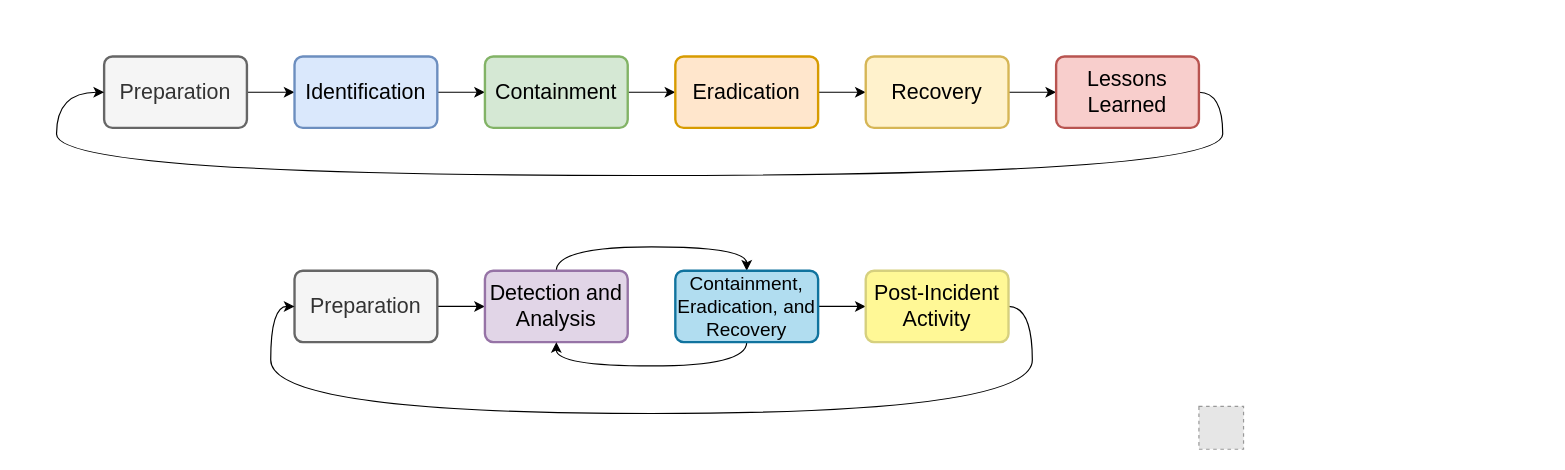
This is incident-response.drawio from qeeqbox/incident-response, a draw.io file, before an edit. Source tidied: cells renumbered, new cells numbered last; positions are measured from the earlier drawing's top-left corner, leaving out a move shared by most shapes. Both pictures are drawn from the tidied source at 119%, with x=0, y=0 at pixel (20, 20). Pictures stored in the file or linked from it are replaced by grey dashed boxes.
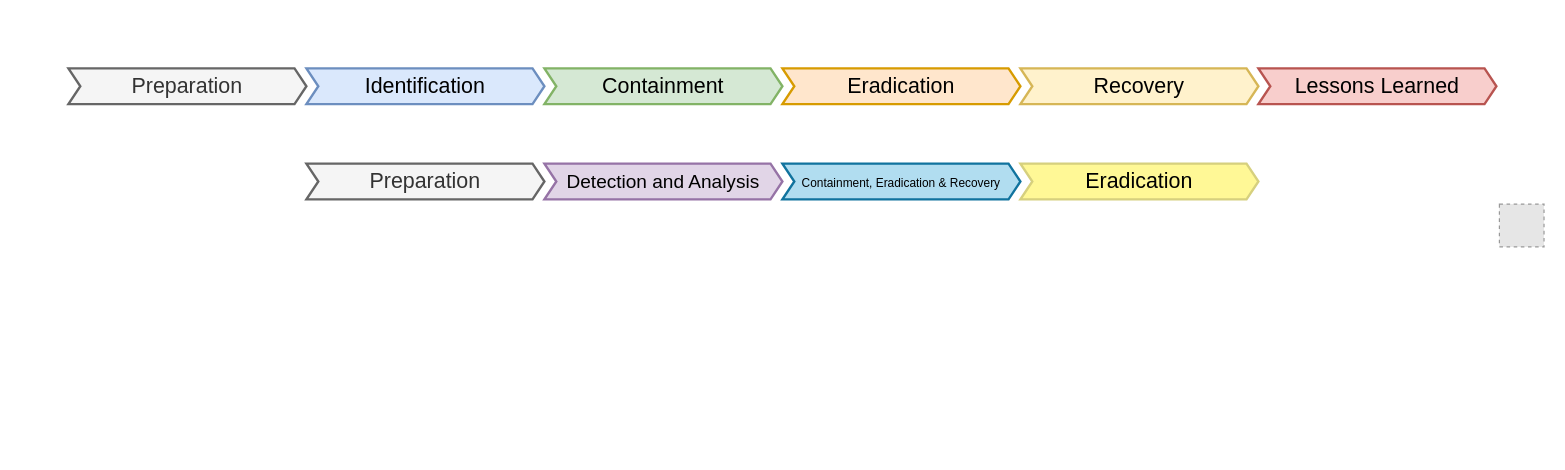
After the change.

The edit, as a diff of the source:
```diff
@@
     <mxCell id="2" style="rounded=0;whiteSpace=wrap;html=1;fontSize=16;fillColor=#FFFFFF;strokeColor=none;" parent="1" vertex="1">
-      <mxGeometry width="1030" height="360" as="geometry" />
+      <mxGeometry width="1280" height="190" as="geometry" />
     </mxCell>
-    <mxCell id="3" style="edgeStyle=orthogonalEdgeStyle;rounded=0;jettySize=auto;html=1;exitX=1;exitY=0.5;exitDx=0;exitDy=0;fontSize=18;entryX=0;entryY=0.5;entryDx=0;entryDy=0;" parent="1" edge="1" source="4" target="6">
-      <mxGeometry relative="1" as="geometry" />
-    </mxCell>
-    <mxCell id="4" value="Preparation" style="rounded=1;whiteSpace=wrap;html=1;absoluteArcSize=1;arcSize=14;strokeWidth=2;fillColor=#f5f5f5;strokeColor=#666666;fontColor=#333333;fontSize=18;" parent="1" vertex="1">
-      <mxGeometry x="70" y="30" width="120" height="60" as="geometry" />
-    </mxCell>
-    <mxCell id="5" style="edgeStyle=orthogonalEdgeStyle;rounded=0;jettySize=auto;html=1;exitX=1;exitY=0.5;exitDx=0;exitDy=0;entryX=0;entryY=0.5;entryDx=0;entryDy=0;fontSize=18;" parent="1" edge="1" source="6" target="8">
-      <mxGeometry relative="1" as="geometry" />
-    </mxCell>
+    <mxCell id="20" style="edgeStyle=orthogonalEdgeStyle;orthogonalLoop=1;jettySize=auto;html=1;exitX=0.5;exitY=1;exitDx=0;exitDy=0;entryX=0.5;entryY=1;entryDx=0;entryDy=0;fontSize=16;curved=1;" parent="1" edge="1">
+      <mxGeometry relative="1" as="geometry">
+        <mxPoint x="450" y="270" as="targetPoint" />
+      </mxGeometry>
+    </mxCell>
+    <mxCell id="22" style="edgeStyle=orthogonalEdgeStyle;orthogonalLoop=1;jettySize=auto;html=1;exitX=1;exitY=0.5;exitDx=0;exitDy=0;entryX=0;entryY=0.5;entryDx=0;entryDy=0;fontSize=16;curved=1;" parent="1" edge="1">
+      <mxGeometry relative="1" as="geometry">
+        <mxPoint x="230" y="240" as="targetPoint" />
+        <Array as="points">
+          <mxPoint x="850" y="240" />
+          <mxPoint x="850" y="330" />
+          <mxPoint x="210" y="330" />
+          <mxPoint x="210" y="240" />
+        </Array>
+      </mxGeometry>
+    </mxCell>
+    <mxCell id="24" style="fillColor=#E6E6E6;strokeColor=#999999;dashed=1;verticalLabelPosition=bottom;labelBackgroundColor=default;verticalAlign=top;" parent="1" vertex="1">
+      <mxGeometry x="1242.5" y="154" width="37.5" height="36" as="geometry" />
+    </mxCell>
+    <mxCell id="25" value="&lt;span style=&quot;color: rgb(51, 51, 51); font-size: 18px;&quot;&gt;Preparation&lt;/span&gt;" style="shape=step;perimeter=stepPerimeter;whiteSpace=wrap;html=1;fixedSize=1;size=10;fillColor=#f5f5f5;strokeColor=#666666;fontSize=18;fontColor=#333333;fontStyle=0;align=center;rounded=0;arcSize=14;strokeWidth=2;" parent="1" vertex="1">
+      <mxGeometry x="40" y="40" width="200" height="30" as="geometry" />
+    </mxCell>
-    <mxCell id="6" value="Identification" style="rounded=1;whiteSpace=wrap;html=1;absoluteArcSize=1;arcSize=14;strokeWidth=2;fillColor=#dae8fc;strokeColor=#6c8ebf;fontSize=18;" parent="1" vertex="1">
-      <mxGeometry x="230" y="30" width="120" height="60" as="geometry" />
+    <mxCell id="6" value="&lt;span style=&quot;color: rgb(0, 0, 0); font-size: 18px;&quot;&gt;Identification&lt;/span&gt;" style="shape=step;perimeter=stepPerimeter;whiteSpace=wrap;html=1;fixedSize=1;size=10;fillColor=#dae8fc;strokeColor=#6c8ebf;fontSize=18;fontColor=default;fontStyle=0;align=center;rounded=0;arcSize=14;strokeWidth=2;" parent="1" vertex="1">
+      <mxGeometry x="240" y="40" width="200" height="30" as="geometry" />
     </mxCell>
-    <mxCell id="7" style="edgeStyle=orthogonalEdgeStyle;rounded=0;jettySize=auto;html=1;exitX=1;exitY=0.5;exitDx=0;exitDy=0;entryX=0;entryY=0.5;entryDx=0;entryDy=0;fontSize=18;" parent="1" edge="1" source="8" target="10">
-      <mxGeometry relative="1" as="geometry" />
-    </mxCell>
-    <mxCell id="8" value="Containment" style="rounded=1;whiteSpace=wrap;html=1;absoluteArcSize=1;arcSize=14;strokeWidth=2;fillColor=#d5e8d4;strokeColor=#82b366;fontSize=18;" parent="1" vertex="1">
-      <mxGeometry x="390" y="30" width="120" height="60" as="geometry" />
+    <mxCell id="8" value="&lt;span style=&quot;color: rgb(0, 0, 0); font-size: 18px;&quot;&gt;Containment&lt;/span&gt;" style="shape=step;perimeter=stepPerimeter;whiteSpace=wrap;html=1;fixedSize=1;size=10;fillColor=#d5e8d4;strokeColor=#82b366;fontSize=18;fontColor=default;fontStyle=0;align=center;rounded=0;arcSize=14;strokeWidth=2;" parent="1" vertex="1">
+      <mxGeometry x="440" y="40" width="200" height="30" as="geometry" />
     </mxCell>
-    <mxCell id="9" style="edgeStyle=orthogonalEdgeStyle;rounded=0;jettySize=auto;html=1;exitX=1;exitY=0.5;exitDx=0;exitDy=0;entryX=0;entryY=0.5;entryDx=0;entryDy=0;fontSize=18;" parent="1" edge="1" source="10" target="12">
-      <mxGeometry relative="1" as="geometry" />
-    </mxCell>
-    <mxCell id="10" value="Eradication" style="rounded=1;whiteSpace=wrap;html=1;absoluteArcSize=1;arcSize=14;strokeWidth=2;fillColor=#ffe6cc;strokeColor=#d79b00;fontSize=18;" parent="1" vertex="1">
-      <mxGeometry x="550" y="30" width="120" height="60" as="geometry" />
-    </mxCell>
-    <mxCell id="11" style="edgeStyle=orthogonalEdgeStyle;rounded=0;jettySize=auto;html=1;exitX=1;exitY=0.5;exitDx=0;exitDy=0;entryX=0;entryY=0.5;entryDx=0;entryDy=0;fontSize=18;" parent="1" edge="1" source="12" target="14">
-      <mxGeometry relative="1" as="geometry" />
-    </mxCell>
+    <mxCell id="26" value="&lt;span style=&quot;color: rgb(0, 0, 0); font-size: 18px;&quot;&gt;Eradication&lt;/span&gt;" style="shape=step;perimeter=stepPerimeter;whiteSpace=wrap;html=1;fixedSize=1;size=10;fillColor=#ffe6cc;strokeColor=#d79b00;fontSize=18;fontColor=default;fontStyle=0;align=center;rounded=0;arcSize=14;strokeWidth=2;" parent="1" vertex="1">
+      <mxGeometry x="640" y="40" width="200" height="30" as="geometry" />
+    </mxCell>
-    <mxCell id="12" value="Recovery" style="rounded=1;whiteSpace=wrap;html=1;absoluteArcSize=1;arcSize=14;strokeWidth=2;fillColor=#fff2cc;strokeColor=#d6b656;fontSize=18;" parent="1" vertex="1">
-      <mxGeometry x="710" y="30" width="120" height="60" as="geometry" />
+    <mxCell id="12" value="&lt;span style=&quot;color: rgb(0, 0, 0); font-size: 18px;&quot;&gt;Recovery&lt;/span&gt;" style="shape=step;perimeter=stepPerimeter;whiteSpace=wrap;html=1;fixedSize=1;size=10;fillColor=#fff2cc;strokeColor=#d6b656;fontSize=18;fontColor=default;fontStyle=0;align=center;rounded=0;arcSize=14;strokeWidth=2;" parent="1" vertex="1">
+      <mxGeometry x="840" y="40" width="200" height="30" as="geometry" />
     </mxCell>
-    <mxCell id="13" style="edgeStyle=orthogonalEdgeStyle;jettySize=auto;html=1;exitX=1;exitY=0.5;exitDx=0;exitDy=0;fontSize=18;entryX=0;entryY=0.5;entryDx=0;entryDy=0;curved=1;" parent="1" edge="1" source="14" target="4">
-      <mxGeometry relative="1" as="geometry">
-        <Array as="points">
-          <mxPoint x="1010" y="60" />
-          <mxPoint x="1010" y="130" />
-          <mxPoint x="30" y="130" />
-          <mxPoint x="30" y="60" />
-        </Array>
-      </mxGeometry>
-    </mxCell>
-    <mxCell id="14" value="Lessons Learned" style="rounded=1;whiteSpace=wrap;html=1;absoluteArcSize=1;arcSize=14;strokeWidth=2;fillColor=#f8cecc;strokeColor=#b85450;fontSize=18;" parent="1" vertex="1">
-      <mxGeometry x="870" y="30" width="120" height="60" as="geometry" />
+    <mxCell id="14" value="&lt;span style=&quot;color: rgb(0, 0, 0); font-size: 18px;&quot;&gt;Lessons Learned&lt;/span&gt;" style="shape=step;perimeter=stepPerimeter;whiteSpace=wrap;html=1;fixedSize=1;size=10;fillColor=#f8cecc;strokeColor=#b85450;fontSize=18;fontColor=default;fontStyle=0;align=center;rounded=0;arcSize=14;strokeWidth=2;" parent="1" vertex="1">
+      <mxGeometry x="1040" y="40" width="200" height="30" as="geometry" />
     </mxCell>
-    <mxCell id="15" style="edgeStyle=orthogonalEdgeStyle;rounded=0;jettySize=auto;html=1;exitX=1;exitY=0.5;exitDx=0;exitDy=0;entryX=0;entryY=0.5;entryDx=0;entryDy=0;fontSize=16;" parent="1" edge="1" source="16" target="18">
-      <mxGeometry relative="1" as="geometry" />
-    </mxCell>
-    <mxCell id="16" value="Preparation" style="rounded=1;whiteSpace=wrap;html=1;absoluteArcSize=1;arcSize=14;strokeWidth=2;fillColor=#f5f5f5;strokeColor=#666666;fontSize=18;fontColor=#333333;" parent="1" vertex="1">
-      <mxGeometry x="230" y="210" width="120" height="60" as="geometry" />
-    </mxCell>
-    <mxCell id="17" style="edgeStyle=orthogonalEdgeStyle;jettySize=auto;html=1;exitX=0.5;exitY=0;exitDx=0;exitDy=0;entryX=0.5;entryY=0;entryDx=0;entryDy=0;fontSize=16;curved=1;" parent="1" edge="1" source="18" target="21">
-      <mxGeometry relative="1" as="geometry" />
-    </mxCell>
+    <mxCell id="27" value="&lt;span style=&quot;color: rgb(51, 51, 51); font-size: 18px;&quot;&gt;Preparation&lt;/span&gt;" style="shape=step;perimeter=stepPerimeter;whiteSpace=wrap;html=1;fixedSize=1;size=10;fillColor=#f5f5f5;strokeColor=#666666;fontSize=18;fontColor=#333333;fontStyle=0;align=center;rounded=0;arcSize=14;strokeWidth=2;" parent="1" vertex="1">
+      <mxGeometry x="240" y="120" width="200" height="30" as="geometry" />
+    </mxCell>
-    <mxCell id="18" value="Detection and Analysis" style="rounded=1;whiteSpace=wrap;html=1;absoluteArcSize=1;arcSize=14;strokeWidth=2;fillColor=#e1d5e7;strokeColor=#9673a6;fontSize=18;" parent="1" vertex="1">
-      <mxGeometry x="390" y="210" width="120" height="60" as="geometry" />
+    <mxCell id="18" value="&lt;span style=&quot;&quot;&gt;&lt;font style=&quot;font-size: 16px;&quot;&gt;Detection and Analysis&lt;/font&gt;&lt;/span&gt;" style="shape=step;perimeter=stepPerimeter;whiteSpace=wrap;html=1;fixedSize=1;size=10;fillColor=#e1d5e7;strokeColor=#9673a6;fontSize=18;fontColor=default;fontStyle=0;align=center;rounded=0;arcSize=14;strokeWidth=2;" parent="1" vertex="1">
+      <mxGeometry x="440" y="120" width="200" height="30" as="geometry" />
     </mxCell>
-    <mxCell id="19" style="edgeStyle=orthogonalEdgeStyle;rounded=0;jettySize=auto;html=1;exitX=1;exitY=0.5;exitDx=0;exitDy=0;entryX=0;entryY=0.5;entryDx=0;entryDy=0;fontSize=16;" parent="1" edge="1" source="21" target="23">
-      <mxGeometry relative="1" as="geometry" />
-    </mxCell>
-    <mxCell id="20" style="edgeStyle=orthogonalEdgeStyle;jettySize=auto;html=1;exitX=0.5;exitY=1;exitDx=0;exitDy=0;entryX=0.5;entryY=1;entryDx=0;entryDy=0;fontSize=16;curved=1;" parent="1" edge="1" source="21" target="18">
-      <mxGeometry relative="1" as="geometry" />
-    </mxCell>
-    <mxCell id="21" value="Containment, Eradication, and Recovery" style="rounded=1;whiteSpace=wrap;html=1;absoluteArcSize=1;arcSize=14;strokeWidth=2;fillColor=#b1ddf0;strokeColor=#10739e;fontSize=16;" parent="1" vertex="1">
-      <mxGeometry x="550" y="210" width="120" height="60" as="geometry" />
-    </mxCell>
-    <mxCell id="22" style="edgeStyle=orthogonalEdgeStyle;jettySize=auto;html=1;exitX=1;exitY=0.5;exitDx=0;exitDy=0;entryX=0;entryY=0.5;entryDx=0;entryDy=0;fontSize=16;curved=1;" parent="1" edge="1" source="23" target="16">
-      <mxGeometry relative="1" as="geometry">
-        <Array as="points">
-          <mxPoint x="850" y="240" />
-          <mxPoint x="850" y="330" />
-          <mxPoint x="210" y="330" />
-          <mxPoint x="210" y="240" />
-        </Array>
-      </mxGeometry>
-    </mxCell>
-    <mxCell id="23" value="Post-Incident Activity" style="rounded=1;whiteSpace=wrap;html=1;absoluteArcSize=1;arcSize=14;strokeWidth=2;fillColor=#FFF896;strokeColor=#D6D07E;fontSize=18;" parent="1" vertex="1">
-      <mxGeometry x="710" y="210" width="120" height="60" as="geometry" />
-    </mxCell>
-    <mxCell id="24" style="fillColor=#E6E6E6;strokeColor=#999999;dashed=1;verticalLabelPosition=bottom;labelBackgroundColor=default;verticalAlign=top;" parent="1" vertex="1">
-      <mxGeometry x="990" y="324" width="37.5" height="36" as="geometry" />
-    </mxCell>
+    <mxCell id="28" value="&lt;p style=&quot;line-height: 210%;&quot;&gt;&lt;span style=&quot;&quot;&gt;&lt;font style=&quot;font-size: 10px;&quot;&gt;Containment, Eradication &amp;amp; Recovery&lt;/font&gt;&lt;/span&gt;&lt;/p&gt;" style="shape=step;perimeter=stepPerimeter;whiteSpace=wrap;html=1;fixedSize=1;size=10;fillColor=#b1ddf0;strokeColor=#10739e;fontSize=18;fontStyle=0;align=center;rounded=0;arcSize=14;strokeWidth=2;" parent="1" vertex="1">
+      <mxGeometry x="640" y="120" width="200" height="30" as="geometry" />
+    </mxCell>
+    <mxCell id="29" value="&lt;span style=&quot;color: rgb(0, 0, 0); font-size: 18px;&quot;&gt;Eradication&lt;/span&gt;" style="shape=step;perimeter=stepPerimeter;whiteSpace=wrap;html=1;fixedSize=1;size=10;fillColor=#FFF896;strokeColor=#D6D07E;fontSize=18;fontColor=default;fontStyle=0;align=center;rounded=0;arcSize=14;strokeWidth=2;" parent="1" vertex="1">
+      <mxGeometry x="840" y="120" width="200" height="30" as="geometry" />
+    </mxCell>
```
